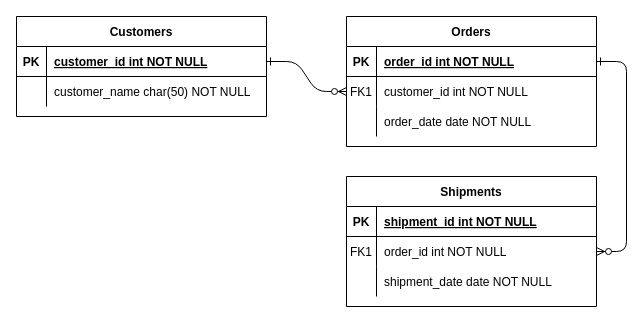
The draw.io diagram Untitled Diagram.drawio in MwambiaBrian/blogs, before the edit. Source tidied: cells renumbered, new cells numbered last; positions are measured from the earlier drawing's top-left corner, leaving out a move shared by most shapes. Both pictures are drawn from the tidied source at 100%, with x=0, y=0 at pixel (16, 16).
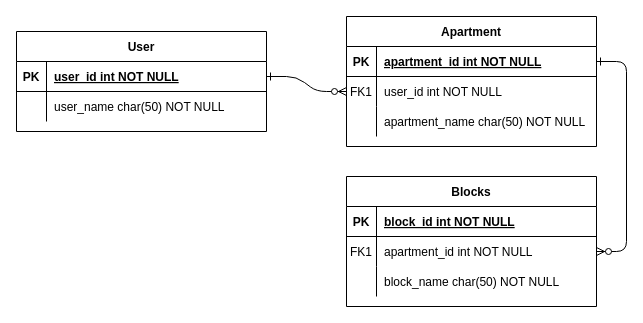
The same page after the edit.

The change refers to these unchanged cells:
```xml
<mxCell id="5" style="shape=partialRectangle;fillColor=none;points=[[0,0.5],[1,0.5]];portConstraint=eastwest;top=0;left=0;right=0;bottom=1;" parent="4" vertex="1">
  <mxGeometry y="30" width="250" height="30" as="geometry" />
</mxCell>
<mxCell id="8" style="shape=partialRectangle;fillColor=none;points=[[0,0.5],[1,0.5]];portConstraint=eastwest;top=0;left=0;right=0;bottom=0;" parent="4" vertex="1">
  <mxGeometry y="60" width="250" height="30" as="geometry" />
</mxCell>
<mxCell id="11" style="shape=partialRectangle;fillColor=none;top=0;left=0;right=0;bottom=0;" parent="4" vertex="1">
  <mxGeometry y="90" width="250" height="30" as="geometry" />
</mxCell>
<mxCell id="15" style="shape=partialRectangle;fillColor=none;top=0;left=0;right=0;bottom=1;" parent="14" vertex="1">
  <mxGeometry y="30" width="250" height="30" as="geometry" />
</mxCell>
<mxCell id="18" style="shape=partialRectangle;fillColor=none;points=[[0,0.5],[1,0.5]];portConstraint=eastwest;top=0;left=0;right=0;bottom=0;" parent="14" vertex="1">
  <mxGeometry y="60" width="250" height="30" as="geometry" />
</mxCell>
<mxCell id="21" style="shape=partialRectangle;fillColor=none;top=0;left=0;right=0;bottom=0;" parent="14" vertex="1">
  <mxGeometry y="90" width="250" height="30" as="geometry" />
</mxCell>
<mxCell id="25" style="shape=partialRectangle;fillColor=none;points=[[0,0.5],[1,0.5]];portConstraint=eastwest;top=0;left=0;right=0;bottom=1;" parent="24" vertex="1">
  <mxGeometry y="30" width="250" height="30" as="geometry" />
</mxCell>
<mxCell id="28" style="shape=partialRectangle;fillColor=none;top=0;left=0;right=0;bottom=0;" parent="24" vertex="1">
  <mxGeometry y="60" width="250" height="30" as="geometry" />
</mxCell>
```

The edit, as a diff of the source:
```diff
@@
-    <mxCell id="4" value="Orders" style="shape=table;startSize=30;childLayout=tableLayout;rowLines=0;fontStyle=1;align=center;" parent="1" vertex="1">
+    <mxCell id="4" value="Apartment" style="shape=table;startSize=30;childLayout=tableLayout;rowLines=0;fontStyle=1;align=center;" parent="1" vertex="1">
       <mxGeometry x="330" width="250" height="130" as="geometry" />
     </mxCell>
@@
-    <mxCell id="7" value="order_id int NOT NULL " style="shape=partialRectangle;overflow=hidden;fillColor=none;top=0;left=0;bottom=0;right=0;align=left;spacingLeft=6;fontStyle=5;" parent="5" vertex="1">
+    <mxCell id="7" value="apartment_id int NOT NULL " style="shape=partialRectangle;overflow=hidden;fillColor=none;top=0;left=0;bottom=0;right=0;align=left;spacingLeft=6;fontStyle=5;" parent="5" vertex="1">
       <mxGeometry x="30" width="220" height="30" as="geometry" />
     </mxCell>
@@
-    <mxCell id="10" value="customer_id int NOT NULL" style="shape=partialRectangle;overflow=hidden;fillColor=none;top=0;left=0;bottom=0;right=0;align=left;spacingLeft=6;" parent="8" vertex="1">
+    <mxCell id="10" value="user_id int NOT NULL" style="shape=partialRectangle;overflow=hidden;fillColor=none;top=0;left=0;bottom=0;right=0;align=left;spacingLeft=6;" parent="8" vertex="1">
       <mxGeometry x="30" width="220" height="30" as="geometry" />
     </mxCell>
@@
-    <mxCell id="13" value="order_date date NOT NULL" style="shape=partialRectangle;overflow=hidden;fillColor=none;top=0;left=0;bottom=0;right=0;align=left;spacingLeft=6;" parent="11" vertex="1">
+    <mxCell id="13" value="apartment_name char(50) NOT NULL" style="shape=partialRectangle;overflow=hidden;fillColor=none;top=0;left=0;bottom=0;right=0;align=left;spacingLeft=6;" parent="11" vertex="1">
       <mxGeometry x="30" width="220" height="30" as="geometry" />
     </mxCell>
-    <mxCell id="14" value="Shipments" style="shape=table;startSize=30;childLayout=tableLayout;rowLines=0;fontStyle=1;align=center;" parent="1" vertex="1">
+    <mxCell id="14" value="Blocks" style="shape=table;startSize=30;childLayout=tableLayout;rowLines=0;fontStyle=1;align=center;" parent="1" vertex="1">
       <mxGeometry x="330" y="160" width="250" height="130" as="geometry" />
     </mxCell>
@@
-    <mxCell id="17" value="shipment_id int NOT NULL " style="shape=partialRectangle;overflow=hidden;fillColor=none;top=0;left=0;bottom=0;right=0;align=left;spacingLeft=6;fontStyle=5;" parent="15" vertex="1">
+    <mxCell id="17" value="block_id int NOT NULL " style="shape=partialRectangle;overflow=hidden;fillColor=none;top=0;left=0;bottom=0;right=0;align=left;spacingLeft=6;fontStyle=5;" parent="15" vertex="1">
       <mxGeometry x="30" width="220" height="30" as="geometry" />
     </mxCell>
@@
-    <mxCell id="20" value="order_id int NOT NULL" style="shape=partialRectangle;overflow=hidden;fillColor=none;top=0;left=0;bottom=0;right=0;align=left;spacingLeft=6;" parent="18" vertex="1">
+    <mxCell id="20" value="apartment_id int NOT NULL" style="shape=partialRectangle;overflow=hidden;fillColor=none;top=0;left=0;bottom=0;right=0;align=left;spacingLeft=6;" parent="18" vertex="1">
       <mxGeometry x="30" width="220" height="30" as="geometry" />
     </mxCell>
@@
-    <mxCell id="23" value="shipment_date date NOT NULL" style="shape=partialRectangle;overflow=hidden;fillColor=none;top=0;left=0;bottom=0;right=0;align=left;spacingLeft=6;" parent="21" vertex="1">
+    <mxCell id="23" value="block_name char(50) NOT NULL" style="shape=partialRectangle;overflow=hidden;fillColor=none;top=0;left=0;bottom=0;right=0;align=left;spacingLeft=6;" parent="21" vertex="1">
       <mxGeometry x="30" width="220" height="30" as="geometry" />
     </mxCell>
-    <mxCell id="24" value="Customers" style="shape=table;startSize=30;childLayout=tableLayout;rowLines=0;fontStyle=1;align=center;" parent="1" vertex="1">
-      <mxGeometry width="250" height="100" as="geometry" />
+    <mxCell id="24" value="User" style="shape=table;startSize=30;childLayout=tableLayout;rowLines=0;fontStyle=1;align=center;" parent="1" vertex="1">
+      <mxGeometry y="15" width="250" height="100" as="geometry" />
     </mxCell>
@@
-    <mxCell id="27" value="customer_id int NOT NULL " style="shape=partialRectangle;overflow=hidden;fillColor=none;top=0;left=0;bottom=0;right=0;align=left;spacingLeft=6;fontStyle=5;" parent="25" vertex="1">
+    <mxCell id="27" value="user_id int NOT NULL " style="shape=partialRectangle;overflow=hidden;fillColor=none;top=0;left=0;bottom=0;right=0;align=left;spacingLeft=6;fontStyle=5;" parent="25" vertex="1">
       <mxGeometry x="30" width="220" height="30" as="geometry" />
     </mxCell>
@@
-    <mxCell id="30" value="customer_name char(50) NOT NULL" style="shape=partialRectangle;overflow=hidden;fillColor=none;top=0;left=0;bottom=0;right=0;align=left;spacingLeft=6;" parent="28" vertex="1">
+    <mxCell id="30" value="user_name char(50) NOT NULL" style="shape=partialRectangle;overflow=hidden;fillColor=none;top=0;left=0;bottom=0;right=0;align=left;spacingLeft=6;" parent="28" vertex="1">
       <mxGeometry x="30" width="220" height="30" as="geometry" />
     </mxCell>
```
